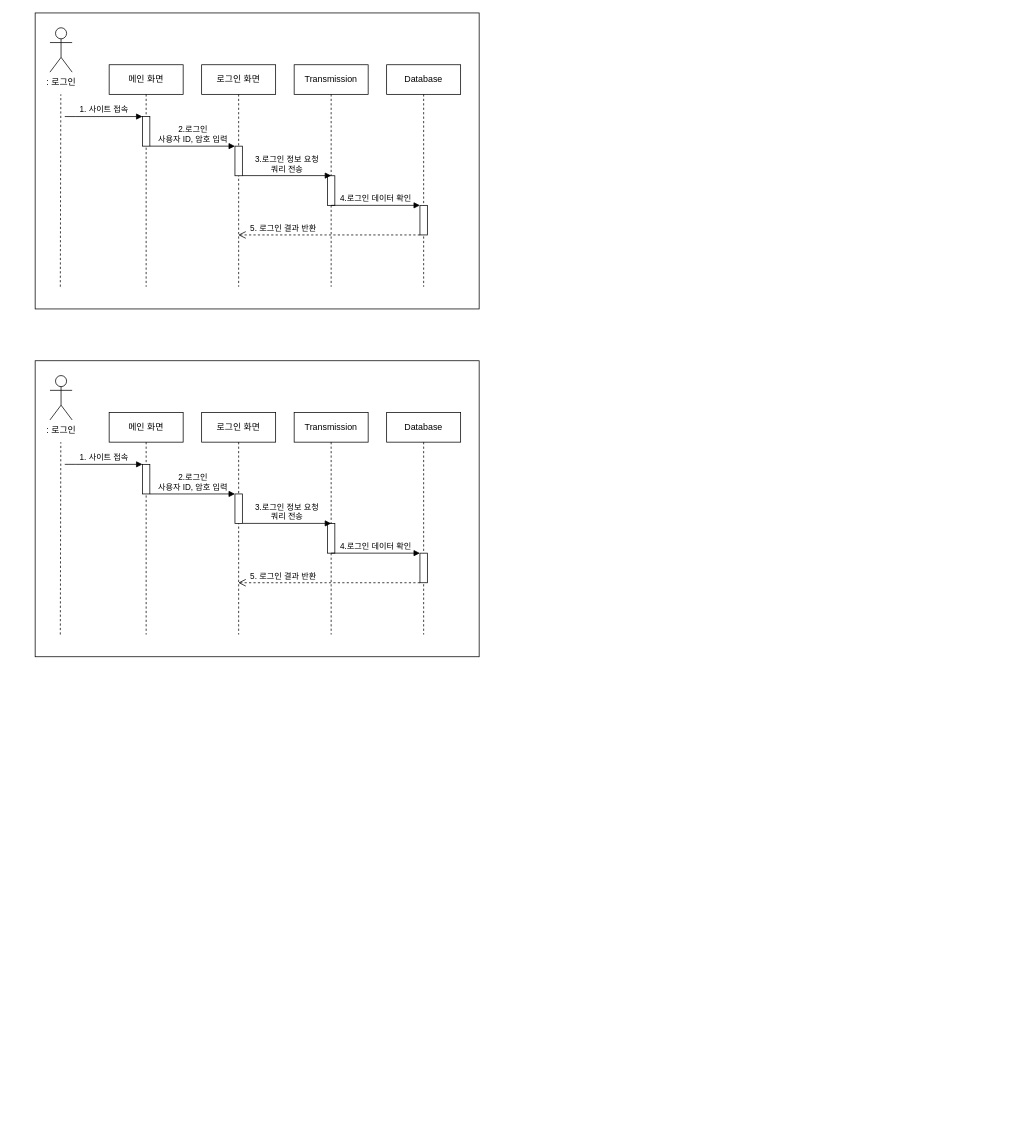
his8457/diagram keeps this draw.io diagram as sloweat/sloweat_operation_sequence_회원가입.drawio. Above is the earlier version. Source tidied: cells renumbered, new cells numbered last; positions are measured from the earlier drawing's top-left corner, leaving out a move shared by most shapes. Both pictures are drawn from the tidied source at 74%, with x=0, y=0 at pixel (35, 13).
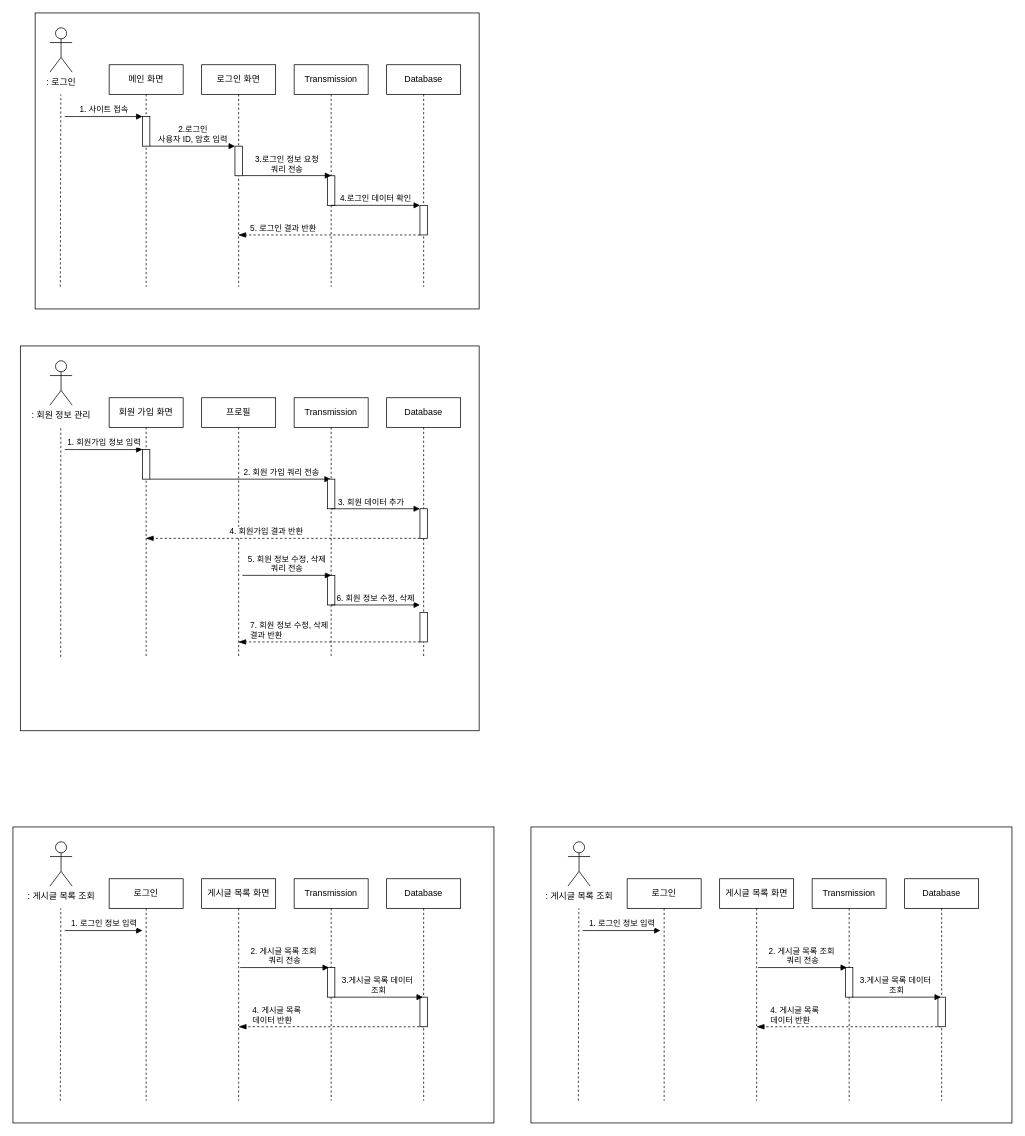
Above is the later version.

Commit message (it also covers changes not shown here):
sloweat_operation_sequence_회원가입.drawio 업데이트

The change refers to these unchanged cells:
```xml
<mxCell id="5" value="로그인 화면" style="shape=umlLifeline;perimeter=lifelinePerimeter;whiteSpace=wrap;html=1;outlineConnect=0;portConstraint=eastwest;newEdgeStyle={&quot;edgeStyle&quot;:&quot;elbowEdgeStyle&quot;,&quot;elbow&quot;:&quot;vertical&quot;,&quot;curved&quot;:0,&quot;rounded&quot;:0};" parent="1" vertex="1">
  <mxGeometry x="225" y="70" width="100" height="300" as="geometry" />
</mxCell>
<mxCell id="16" style="html=1;points=[];perimeter=orthogonalPerimeter;outlineConnect=0;targetShapes=umlLifeline;portConstraint=eastwest;newEdgeStyle={&quot;edgeStyle&quot;:&quot;elbowEdgeStyle&quot;,&quot;elbow&quot;:&quot;vertical&quot;,&quot;curved&quot;:0,&quot;rounded&quot;:0};" parent="15" vertex="1">
  <mxGeometry x="45" y="190" width="10" height="40" as="geometry" />
</mxCell>
```

What changed in the source:
```diff
@@
-    <mxCell id="8" value="5. 로그인 결과 반환" style="html=1;verticalAlign=bottom;endArrow=open;dashed=1;endSize=8;edgeStyle=elbowEdgeStyle;elbow=vertical;curved=0;rounded=0;align=left;" parent="1" edge="1" source="16" target="5">
+    <mxCell id="8" value="5. 로그인 결과 반환" style="html=1;verticalAlign=bottom;endArrow=blockThin;dashed=1;endSize=8;edgeStyle=elbowEdgeStyle;elbow=vertical;curved=0;rounded=0;align=left;endFill=1;" parent="1" edge="1" source="16" target="5">
       <mxGeometry x="0.88" relative="1" as="geometry">
         <Array as="points">
           <mxPoint x="490" y="300" />
         </Array>
       </mxGeometry>
     </mxCell>
@@
     <mxCell id="18" style="rounded=0;whiteSpace=wrap;html=1;" parent="1" vertex="1">
-      <mxGeometry y="470" width="600" height="400" as="geometry" />
+      <mxGeometry x="-30" y="1100" width="650" height="400" as="geometry" />
     </mxCell>
-    <mxCell id="19" value="메인 화면" style="shape=umlLifeline;perimeter=lifelinePerimeter;whiteSpace=wrap;html=1;newEdgeStyle={&quot;edgeStyle&quot;:&quot;elbowEdgeStyle&quot;,&quot;elbow&quot;:&quot;vertical&quot;,&quot;curved&quot;:0,&quot;rounded&quot;:0};" parent="1" vertex="1">
-      <mxGeometry x="100" y="540" width="100" height="300" as="geometry" />
+    <mxCell id="19" value="로그인" style="shape=umlLifeline;perimeter=lifelinePerimeter;whiteSpace=wrap;html=1;newEdgeStyle={&quot;edgeStyle&quot;:&quot;elbowEdgeStyle&quot;,&quot;elbow&quot;:&quot;vertical&quot;,&quot;curved&quot;:0,&quot;rounded&quot;:0};" parent="1" vertex="1">
+      <mxGeometry x="100" y="1170" width="100" height="300" as="geometry" />
     </mxCell>
-    <mxCell id="20" style="html=1;points=[];perimeter=orthogonalPerimeter;outlineConnect=0;targetShapes=umlLifeline;portConstraint=eastwest;newEdgeStyle={&quot;edgeStyle&quot;:&quot;elbowEdgeStyle&quot;,&quot;elbow&quot;:&quot;vertical&quot;,&quot;curved&quot;:0,&quot;rounded&quot;:0};" parent="19" vertex="1">
-      <mxGeometry x="45" y="70" width="10" height="40" as="geometry" />
-    </mxCell>
-    <mxCell id="21" value="로그인 화면" style="shape=umlLifeline;perimeter=lifelinePerimeter;whiteSpace=wrap;html=1;outlineConnect=0;portConstraint=eastwest;newEdgeStyle={&quot;edgeStyle&quot;:&quot;elbowEdgeStyle&quot;,&quot;elbow&quot;:&quot;vertical&quot;,&quot;curved&quot;:0,&quot;rounded&quot;:0};" parent="1" vertex="1">
-      <mxGeometry x="225" y="540" width="100" height="300" as="geometry" />
+    <mxCell id="21" value="게시글 목록 화면" style="shape=umlLifeline;perimeter=lifelinePerimeter;whiteSpace=wrap;html=1;outlineConnect=0;portConstraint=eastwest;newEdgeStyle={&quot;edgeStyle&quot;:&quot;elbowEdgeStyle&quot;,&quot;elbow&quot;:&quot;vertical&quot;,&quot;curved&quot;:0,&quot;rounded&quot;:0};" parent="1" vertex="1">
+      <mxGeometry x="225" y="1170" width="100" height="300" as="geometry" />
     </mxCell>
-    <mxCell id="22" style="html=1;perimeter=orthogonalPerimeter;targetShapes=umlLifeline;newEdgeStyle={&quot;edgeStyle&quot;:&quot;elbowEdgeStyle&quot;,&quot;elbow&quot;:&quot;vertical&quot;,&quot;curved&quot;:0,&quot;rounded&quot;:0};" parent="21" vertex="1">
-      <mxGeometry x="45" y="110" width="10" height="40" as="geometry" />
-    </mxCell>
-    <mxCell id="23" value="2.로그인&lt;div&gt;사용자 ID, 암호 입력&lt;/div&gt;" style="html=1;verticalAlign=bottom;endArrow=block;edgeStyle=elbowEdgeStyle;elbow=vertical;curved=0;rounded=0;" parent="1" edge="1" source="20">
-      <mxGeometry relative="1" as="geometry">
-        <mxPoint x="270" y="650" as="targetPoint" />
-        <Array as="points">
-          <mxPoint x="270" y="650" />
-        </Array>
-      </mxGeometry>
-    </mxCell>
-    <mxCell id="24" value="5. 로그인 결과 반환" style="html=1;verticalAlign=bottom;endArrow=open;dashed=1;endSize=8;edgeStyle=elbowEdgeStyle;elbow=vertical;curved=0;rounded=0;align=left;" parent="1" edge="1" source="32" target="21">
+    <mxCell id="24" value="4. 게시글 목록&amp;nbsp;&lt;div&gt;데이터 반환&lt;/div&gt;" style="html=1;verticalAlign=bottom;endArrow=blockThin;dashed=1;endSize=8;edgeStyle=elbowEdgeStyle;elbow=vertical;curved=0;rounded=0;align=left;endFill=1;" parent="1" edge="1">
       <mxGeometry x="0.88" relative="1" as="geometry">
+        <mxPoint x="525" y="1340" as="sourcePoint" />
+        <mxPoint x="275" y="1370" as="targetPoint" />
         <Array as="points">
-          <mxPoint x="490" y="770" />
+          <mxPoint x="490" y="1370" />
         </Array>
       </mxGeometry>
     </mxCell>
-    <mxCell id="25" value=": 로그인" style="shape=umlActor;verticalLabelPosition=bottom;verticalAlign=top;html=1;" parent="1" vertex="1">
-      <mxGeometry x="20" y="490" width="30" height="60" as="geometry" />
+    <mxCell id="25" value=": 게시글 목록 조회" style="shape=umlActor;verticalLabelPosition=bottom;verticalAlign=top;html=1;" parent="1" vertex="1">
+      <mxGeometry x="20" y="1120" width="30" height="60" as="geometry" />
     </mxCell>
     <mxCell id="26" style="endArrow=none;dashed=1;html=1;rounded=0;" parent="1" edge="1">
       <mxGeometry relative="1" as="geometry">
-        <mxPoint x="34" y="840" as="sourcePoint" />
-        <mxPoint x="34.7" y="580" as="targetPoint" />
+        <mxPoint x="34" y="1470" as="sourcePoint" />
+        <mxPoint x="34.7" y="1210" as="targetPoint" />
       </mxGeometry>
     </mxCell>
-    <mxCell id="27" value="1. 사이트 접속" style="html=1;verticalAlign=bottom;endArrow=block;edgeStyle=elbowEdgeStyle;elbow=vertical;curved=0;rounded=0;" parent="1" edge="1">
+    <mxCell id="27" value="1. 로그인 정보 입력" style="html=1;verticalAlign=bottom;endArrow=block;edgeStyle=elbowEdgeStyle;elbow=vertical;curved=0;rounded=0;" parent="1" edge="1">
       <mxGeometry relative="1" as="geometry">
-        <mxPoint x="40" y="610" as="sourcePoint" />
-        <mxPoint x="145" y="610" as="targetPoint" />
+        <mxPoint x="40" y="1240" as="sourcePoint" />
+        <mxPoint x="145" y="1240" as="targetPoint" />
         <Array as="points">
-          <mxPoint x="55" y="610" />
+          <mxPoint x="55" y="1240" />
         </Array>
       </mxGeometry>
     </mxCell>
     <mxCell id="28" value="Transmission" style="shape=umlLifeline;perimeter=lifelinePerimeter;whiteSpace=wrap;html=1;newEdgeStyle={&quot;edgeStyle&quot;:&quot;elbowEdgeStyle&quot;,&quot;elbow&quot;:&quot;vertical&quot;,&quot;curved&quot;:0,&quot;rounded&quot;:0};" parent="1" vertex="1">
-      <mxGeometry x="350" y="540" width="100" height="300" as="geometry" />
+      <mxGeometry x="350" y="1170" width="100" height="300" as="geometry" />
     </mxCell>
     <mxCell id="29" style="html=1;perimeter=orthogonalPerimeter;targetShapes=umlLifeline;newEdgeStyle={&quot;edgeStyle&quot;:&quot;elbowEdgeStyle&quot;,&quot;elbow&quot;:&quot;vertical&quot;,&quot;curved&quot;:0,&quot;rounded&quot;:0};" parent="28" vertex="1">
-      <mxGeometry x="45" y="150" width="10" height="40" as="geometry" />
+      <mxGeometry x="45" y="120" width="10" height="40" as="geometry" />
     </mxCell>
-    <mxCell id="30" value="3.로그인 정보 요청&lt;div&gt;쿼리 전송&lt;/div&gt;" style="html=1;verticalAlign=bottom;endArrow=block;edgeStyle=elbowEdgeStyle;elbow=vertical;curved=0;rounded=0;" parent="1" edge="1">
+    <mxCell id="30" value="2. 게시글 목록 조회&amp;nbsp;&lt;div&gt;쿼리 전송&lt;/div&gt;" style="html=1;verticalAlign=bottom;endArrow=block;edgeStyle=elbowEdgeStyle;elbow=vertical;curved=0;rounded=0;" parent="1" edge="1">
       <mxGeometry relative="1" as="geometry">
-        <mxPoint x="280" y="689.8" as="sourcePoint" />
-        <mxPoint x="400" y="689.8" as="targetPoint" />
+        <mxPoint x="277" y="1290" as="sourcePoint" />
+        <mxPoint x="397" y="1290" as="targetPoint" />
         <Array as="points">
-          <mxPoint x="400" y="689.8" />
+          <mxPoint x="397" y="1290" />
         </Array>
       </mxGeometry>
     </mxCell>
     <mxCell id="31" value="Database" style="shape=umlLifeline;perimeter=lifelinePerimeter;whiteSpace=wrap;html=1;newEdgeStyle={&quot;edgeStyle&quot;:&quot;elbowEdgeStyle&quot;,&quot;elbow&quot;:&quot;vertical&quot;,&quot;curved&quot;:0,&quot;rounded&quot;:0};" parent="1" vertex="1">
-      <mxGeometry x="475" y="540" width="100" height="300" as="geometry" />
+      <mxGeometry x="475" y="1170" width="100" height="300" as="geometry" />
     </mxCell>
     <mxCell id="32" style="html=1;points=[];perimeter=orthogonalPerimeter;outlineConnect=0;targetShapes=umlLifeline;portConstraint=eastwest;newEdgeStyle={&quot;edgeStyle&quot;:&quot;elbowEdgeStyle&quot;,&quot;elbow&quot;:&quot;vertical&quot;,&quot;curved&quot;:0,&quot;rounded&quot;:0};" parent="31" vertex="1">
-      <mxGeometry x="45" y="190" width="10" height="40" as="geometry" />
+      <mxGeometry x="45" y="160" width="10" height="40" as="geometry" />
     </mxCell>
-    <mxCell id="33" value="4.로그인 데이터 확인" style="html=1;verticalAlign=bottom;endArrow=block;edgeStyle=elbowEdgeStyle;elbow=vertical;curved=0;rounded=0;" parent="1" edge="1">
+    <mxCell id="33" value="3.게시글 목록 데이터&amp;nbsp;&lt;div&gt;조회&lt;/div&gt;" style="html=1;verticalAlign=bottom;endArrow=block;edgeStyle=elbowEdgeStyle;elbow=vertical;curved=0;rounded=0;" parent="1" edge="1">
       <mxGeometry relative="1" as="geometry">
-        <mxPoint x="400" y="730" as="sourcePoint" />
-        <mxPoint x="520" y="730" as="targetPoint" />
+        <mxPoint x="404" y="1330" as="sourcePoint" />
+        <mxPoint x="524" y="1330" as="targetPoint" />
         <Array as="points">
-          <mxPoint x="520" y="730" />
+          <mxPoint x="524" y="1330" />
         </Array>
       </mxGeometry>
     </mxCell>
+    <mxCell id="34" style="rounded=0;whiteSpace=wrap;html=1;" parent="1" vertex="1">
+      <mxGeometry x="-20" y="450" width="620" height="520" as="geometry" />
+    </mxCell>
+    <mxCell id="35" value="회원 가입 화면" style="shape=umlLifeline;perimeter=lifelinePerimeter;whiteSpace=wrap;html=1;outlineConnect=0;portConstraint=eastwest;newEdgeStyle={&quot;edgeStyle&quot;:&quot;elbowEdgeStyle&quot;,&quot;elbow&quot;:&quot;vertical&quot;,&quot;curved&quot;:0,&quot;rounded&quot;:0};" parent="1" vertex="1">
+      <mxGeometry x="100" y="520" width="100" height="350" as="geometry" />
+    </mxCell>
+    <mxCell id="20" style="html=1;points=[];perimeter=orthogonalPerimeter;outlineConnect=0;targetShapes=umlLifeline;portConstraint=eastwest;newEdgeStyle={&quot;edgeStyle&quot;:&quot;elbowEdgeStyle&quot;,&quot;elbow&quot;:&quot;vertical&quot;,&quot;curved&quot;:0,&quot;rounded&quot;:0};" parent="35" vertex="1">
+      <mxGeometry x="45" y="70" width="10" height="40" as="geometry" />
+    </mxCell>
+    <mxCell id="36" value="프로필" style="shape=umlLifeline;perimeter=lifelinePerimeter;whiteSpace=wrap;html=1;outlineConnect=0;portConstraint=eastwest;newEdgeStyle={&quot;edgeStyle&quot;:&quot;elbowEdgeStyle&quot;,&quot;elbow&quot;:&quot;vertical&quot;,&quot;curved&quot;:0,&quot;rounded&quot;:0};" parent="1" vertex="1">
+      <mxGeometry x="225" y="520" width="100" height="350" as="geometry" />
+    </mxCell>
+    <mxCell id="37" value="2. 회원 가입 쿼리 전송" style="html=1;verticalAlign=bottom;endArrow=block;edgeStyle=elbowEdgeStyle;elbow=vertical;curved=0;rounded=0;align=left;" parent="1" edge="1" source="20" target="42">
+      <mxGeometry x="0.02" relative="1" as="geometry">
+        <Array as="points">
+          <mxPoint x="270" y="630" />
+        </Array>
+      </mxGeometry>
+    </mxCell>
+    <mxCell id="38" value="4. 회원가입 결과 반환" style="html=1;verticalAlign=bottom;endArrow=blockThin;dashed=1;endSize=8;edgeStyle=elbowEdgeStyle;elbow=vertical;curved=0;rounded=0;align=left;endFill=1;" parent="1" edge="1" source="46" target="35">
+      <mxGeometry x="0.4" relative="1" as="geometry">
+        <Array as="points">
+          <mxPoint x="490.1" y="710" />
+        </Array>
+      </mxGeometry>
+    </mxCell>
+    <mxCell id="39" value=": 회원 정보 관리" style="shape=umlActor;verticalLabelPosition=bottom;verticalAlign=top;html=1;" parent="1" vertex="1">
+      <mxGeometry x="20" y="470" width="30" height="60" as="geometry" />
+    </mxCell>
+    <mxCell id="40" style="endArrow=none;dashed=1;html=1;rounded=0;exitX=0.088;exitY=0.808;exitDx=0;exitDy=0;exitPerimeter=0;" parent="1" edge="1" source="34">
+      <mxGeometry relative="1" as="geometry">
+        <mxPoint x="34.7" y="560" as="targetPoint" />
+      </mxGeometry>
+    </mxCell>
+    <mxCell id="41" value="1. 회원가입 정보 입력" style="html=1;verticalAlign=bottom;endArrow=block;edgeStyle=elbowEdgeStyle;elbow=vertical;curved=0;rounded=0;" parent="1" edge="1">
+      <mxGeometry relative="1" as="geometry">
+        <mxPoint x="40" y="590" as="sourcePoint" />
+        <mxPoint x="145" y="590" as="targetPoint" />
+        <Array as="points">
+          <mxPoint x="55" y="590" />
+        </Array>
+      </mxGeometry>
+    </mxCell>
+    <mxCell id="42" value="Transmission" style="shape=umlLifeline;perimeter=lifelinePerimeter;whiteSpace=wrap;html=1;outlineConnect=0;portConstraint=eastwest;newEdgeStyle={&quot;edgeStyle&quot;:&quot;elbowEdgeStyle&quot;,&quot;elbow&quot;:&quot;vertical&quot;,&quot;curved&quot;:0,&quot;rounded&quot;:0};" parent="1" vertex="1">
+      <mxGeometry x="350" y="520" width="100" height="350" as="geometry" />
+    </mxCell>
+    <mxCell id="22" style="html=1;perimeter=orthogonalPerimeter;targetShapes=umlLifeline;newEdgeStyle={&quot;edgeStyle&quot;:&quot;elbowEdgeStyle&quot;,&quot;elbow&quot;:&quot;vertical&quot;,&quot;curved&quot;:0,&quot;rounded&quot;:0};" parent="42" vertex="1">
+      <mxGeometry x="45" y="110" width="10" height="40" as="geometry" />
+    </mxCell>
+    <mxCell id="43" style="html=1;perimeter=orthogonalPerimeter;targetShapes=umlLifeline;newEdgeStyle={&quot;edgeStyle&quot;:&quot;elbowEdgeStyle&quot;,&quot;elbow&quot;:&quot;vertical&quot;,&quot;curved&quot;:0,&quot;rounded&quot;:0};" parent="42" vertex="1">
+      <mxGeometry x="45" y="240" width="10" height="40" as="geometry" />
+    </mxCell>
+    <mxCell id="44" value="3. 회원 데이터 추가" style="html=1;verticalAlign=bottom;endArrow=block;edgeStyle=elbowEdgeStyle;elbow=vertical;curved=0;rounded=0;align=right;" parent="1" edge="1">
+      <mxGeometry x="0.67" relative="1" as="geometry">
+        <mxPoint x="400" y="670" as="sourcePoint" />
+        <mxPoint x="520" y="670" as="targetPoint" />
+        <Array as="points">
+          <mxPoint x="520" y="670" />
+        </Array>
+      </mxGeometry>
+    </mxCell>
+    <mxCell id="45" value="Database" style="shape=umlLifeline;perimeter=lifelinePerimeter;whiteSpace=wrap;html=1;newEdgeStyle={&quot;edgeStyle&quot;:&quot;elbowEdgeStyle&quot;,&quot;elbow&quot;:&quot;vertical&quot;,&quot;curved&quot;:0,&quot;rounded&quot;:0};" parent="1" vertex="1">
+      <mxGeometry x="475" y="520" width="100" height="350" as="geometry" />
+    </mxCell>
+    <mxCell id="46" style="html=1;points=[];perimeter=orthogonalPerimeter;outlineConnect=0;targetShapes=umlLifeline;portConstraint=eastwest;newEdgeStyle={&quot;edgeStyle&quot;:&quot;elbowEdgeStyle&quot;,&quot;elbow&quot;:&quot;vertical&quot;,&quot;curved&quot;:0,&quot;rounded&quot;:0};" parent="45" vertex="1">
+      <mxGeometry x="45" y="150" width="10" height="40" as="geometry" />
+    </mxCell>
+    <mxCell id="47" value="5. 회원 정보 수정, 삭제&lt;div&gt;쿼리 전송&lt;/div&gt;" style="html=1;verticalAlign=bottom;endArrow=block;edgeStyle=elbowEdgeStyle;elbow=vertical;curved=0;rounded=0;" parent="1" edge="1">
+      <mxGeometry relative="1" as="geometry">
+        <mxPoint x="280" y="760" as="sourcePoint" />
+        <mxPoint x="400" y="760" as="targetPoint" />
+        <Array as="points">
+          <mxPoint x="400" y="760" />
+        </Array>
+      </mxGeometry>
+    </mxCell>
+    <mxCell id="48" style="html=1;perimeter=orthogonalPerimeter;targetShapes=umlLifeline;newEdgeStyle={&quot;edgeStyle&quot;:&quot;elbowEdgeStyle&quot;,&quot;elbow&quot;:&quot;vertical&quot;,&quot;curved&quot;:0,&quot;rounded&quot;:0};" parent="1" vertex="1">
+      <mxGeometry x="520" y="810" width="10" height="40" as="geometry" />
+    </mxCell>
+    <mxCell id="49" value="6. 회원 정보 수정, 삭제" style="html=1;verticalAlign=bottom;endArrow=block;edgeStyle=elbowEdgeStyle;elbow=vertical;curved=0;rounded=0;" parent="1" edge="1">
+      <mxGeometry relative="1" as="geometry">
+        <mxPoint x="400" y="800" as="sourcePoint" />
+        <mxPoint x="520" y="800" as="targetPoint" />
+        <Array as="points">
+          <mxPoint x="520" y="800" />
+        </Array>
+      </mxGeometry>
+    </mxCell>
+    <mxCell id="50" value="7. 회원 정보 수정, 삭제&lt;div&gt;결과 반환&lt;/div&gt;" style="html=1;verticalAlign=bottom;endArrow=blockThin;dashed=1;endSize=8;edgeStyle=elbowEdgeStyle;elbow=vertical;curved=0;rounded=0;align=left;endFill=1;" parent="1" edge="1" target="36">
+      <mxGeometry x="0.88" relative="1" as="geometry">
+        <mxPoint x="520" y="850" as="sourcePoint" />
+        <Array as="points">
+          <mxPoint x="490.1" y="850" />
+        </Array>
+      </mxGeometry>
+    </mxCell>
+    <mxCell id="51" style="rounded=0;whiteSpace=wrap;html=1;" parent="1" vertex="1">
+      <mxGeometry x="670" y="1100" width="650" height="400" as="geometry" />
+    </mxCell>
+    <mxCell id="52" value="로그인" style="shape=umlLifeline;perimeter=lifelinePerimeter;whiteSpace=wrap;html=1;newEdgeStyle={&quot;edgeStyle&quot;:&quot;elbowEdgeStyle&quot;,&quot;elbow&quot;:&quot;vertical&quot;,&quot;curved&quot;:0,&quot;rounded&quot;:0};" parent="1" vertex="1">
+      <mxGeometry x="800" y="1170" width="100" height="300" as="geometry" />
+    </mxCell>
+    <mxCell id="53" value="게시글 목록 화면" style="shape=umlLifeline;perimeter=lifelinePerimeter;whiteSpace=wrap;html=1;newEdgeStyle={&quot;edgeStyle&quot;:&quot;elbowEdgeStyle&quot;,&quot;elbow&quot;:&quot;vertical&quot;,&quot;curved&quot;:0,&quot;rounded&quot;:0};" parent="1" vertex="1">
+      <mxGeometry x="925" y="1170" width="100" height="300" as="geometry" />
+    </mxCell>
+    <mxCell id="54" value="4. 게시글 목록&amp;nbsp;&lt;div&gt;데이터 반환&lt;/div&gt;" style="html=1;verticalAlign=bottom;endArrow=blockThin;dashed=1;endSize=8;edgeStyle=elbowEdgeStyle;elbow=vertical;curved=0;rounded=0;align=left;endFill=1;" parent="1" edge="1">
+      <mxGeometry x="0.88" relative="1" as="geometry">
+        <mxPoint x="1225" y="1340" as="sourcePoint" />
+        <mxPoint x="975" y="1370" as="targetPoint" />
+        <Array as="points">
+          <mxPoint x="1190" y="1370" />
+        </Array>
+      </mxGeometry>
+    </mxCell>
+    <mxCell id="55" value=": 게시글 목록 조회" style="shape=umlActor;verticalLabelPosition=bottom;verticalAlign=top;html=1;" parent="1" vertex="1">
+      <mxGeometry x="720" y="1120" width="30" height="60" as="geometry" />
+    </mxCell>
+    <mxCell id="56" style="endArrow=none;dashed=1;html=1;rounded=0;" parent="1" edge="1">
+      <mxGeometry relative="1" as="geometry">
+        <mxPoint x="734" y="1470" as="sourcePoint" />
+        <mxPoint x="734.7" y="1210" as="targetPoint" />
+      </mxGeometry>
+    </mxCell>
+    <mxCell id="57" value="1. 로그인 정보 입력" style="html=1;verticalAlign=bottom;endArrow=block;edgeStyle=elbowEdgeStyle;elbow=vertical;curved=0;rounded=0;" parent="1" edge="1">
+      <mxGeometry relative="1" as="geometry">
+        <mxPoint x="740" y="1240" as="sourcePoint" />
+        <mxPoint x="845" y="1240" as="targetPoint" />
+        <Array as="points">
+          <mxPoint x="755" y="1240" />
+        </Array>
+      </mxGeometry>
+    </mxCell>
+    <mxCell id="58" value="Transmission" style="shape=umlLifeline;perimeter=lifelinePerimeter;whiteSpace=wrap;html=1;newEdgeStyle={&quot;edgeStyle&quot;:&quot;elbowEdgeStyle&quot;,&quot;elbow&quot;:&quot;vertical&quot;,&quot;curved&quot;:0,&quot;rounded&quot;:0};" parent="1" vertex="1">
+      <mxGeometry x="1050" y="1170" width="100" height="300" as="geometry" />
+    </mxCell>
+    <mxCell id="59" style="html=1;perimeter=orthogonalPerimeter;targetShapes=umlLifeline;newEdgeStyle={&quot;edgeStyle&quot;:&quot;elbowEdgeStyle&quot;,&quot;elbow&quot;:&quot;vertical&quot;,&quot;curved&quot;:0,&quot;rounded&quot;:0};" parent="58" vertex="1">
+      <mxGeometry x="45" y="120" width="10" height="40" as="geometry" />
+    </mxCell>
+    <mxCell id="60" value="2. 게시글 목록 조회&amp;nbsp;&lt;div&gt;쿼리 전송&lt;/div&gt;" style="html=1;verticalAlign=bottom;endArrow=block;edgeStyle=elbowEdgeStyle;elbow=vertical;curved=0;rounded=0;" parent="1" edge="1">
+      <mxGeometry relative="1" as="geometry">
+        <mxPoint x="977" y="1290" as="sourcePoint" />
+        <mxPoint x="1097" y="1290" as="targetPoint" />
+        <Array as="points">
+          <mxPoint x="1097" y="1290" />
+        </Array>
+      </mxGeometry>
+    </mxCell>
+    <mxCell id="61" value="Database" style="shape=umlLifeline;perimeter=lifelinePerimeter;whiteSpace=wrap;html=1;newEdgeStyle={&quot;edgeStyle&quot;:&quot;elbowEdgeStyle&quot;,&quot;elbow&quot;:&quot;vertical&quot;,&quot;curved&quot;:0,&quot;rounded&quot;:0};" parent="1" vertex="1">
+      <mxGeometry x="1175" y="1170" width="100" height="300" as="geometry" />
+    </mxCell>
+    <mxCell id="62" style="html=1;perimeter=orthogonalPerimeter;targetShapes=umlLifeline;newEdgeStyle={&quot;edgeStyle&quot;:&quot;elbowEdgeStyle&quot;,&quot;elbow&quot;:&quot;vertical&quot;,&quot;curved&quot;:0,&quot;rounded&quot;:0};" parent="61" vertex="1">
+      <mxGeometry x="45" y="160" width="10" height="40" as="geometry" />
+    </mxCell>
+    <mxCell id="63" value="3.게시글 목록 데이터&amp;nbsp;&lt;div&gt;조회&lt;/div&gt;" style="html=1;verticalAlign=bottom;endArrow=block;edgeStyle=elbowEdgeStyle;elbow=vertical;curved=0;rounded=0;" parent="1" edge="1">
+      <mxGeometry relative="1" as="geometry">
+        <mxPoint x="1104" y="1330" as="sourcePoint" />
+        <mxPoint x="1224" y="1330" as="targetPoint" />
+        <Array as="points">
+          <mxPoint x="1224" y="1330" />
+        </Array>
+      </mxGeometry>
+    </mxCell>
```
